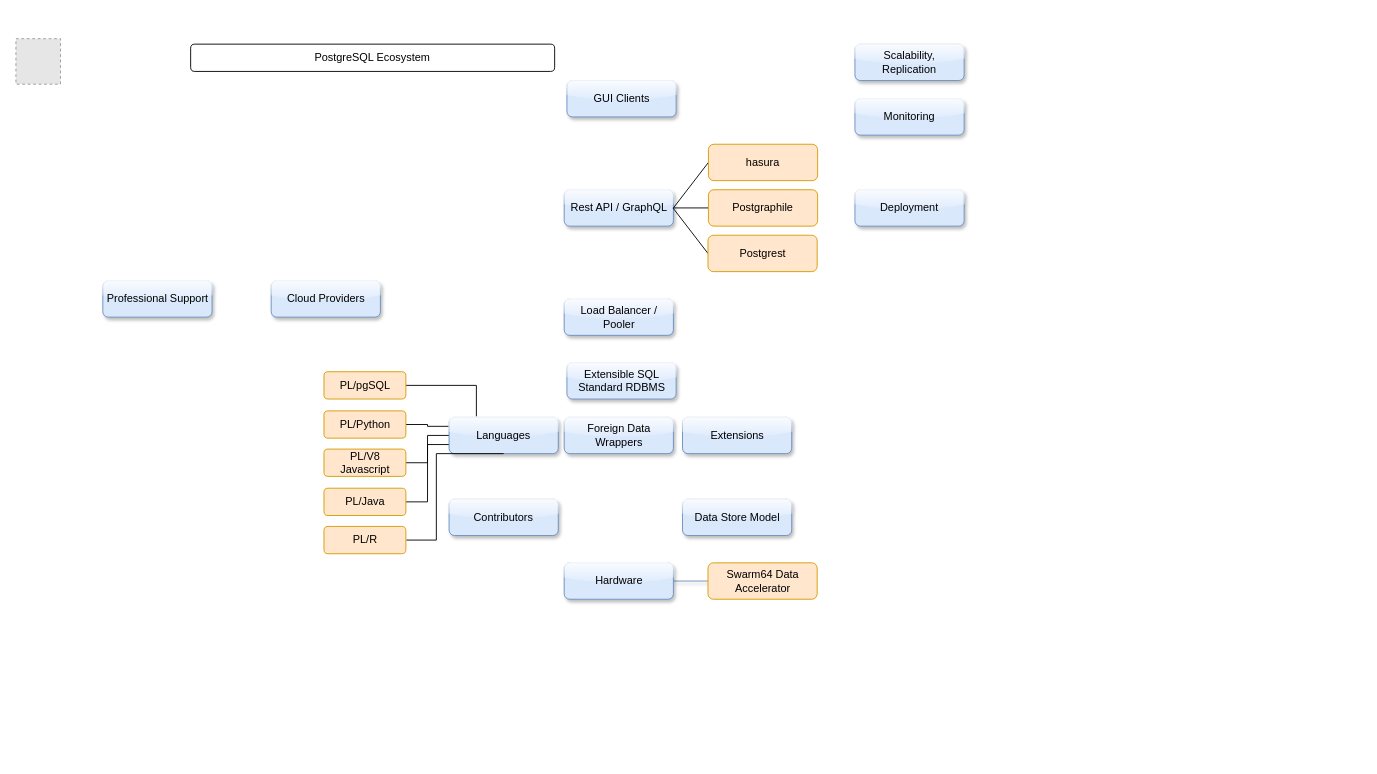
Earlier version of the draw.io diagram postgresql-ecosystem.drawio (EfficiencyGeek/postgresql-ecosystem). Source tidied: cells renumbered, new cells numbered last; positions are measured from the earlier drawing's top-left corner, leaving out a move shared by most shapes. Both pictures are drawn from the tidied source at 91%, with x=0, y=0 at pixel (15, 38). Pictures stored in the file or linked from it are replaced by grey dashed boxes.
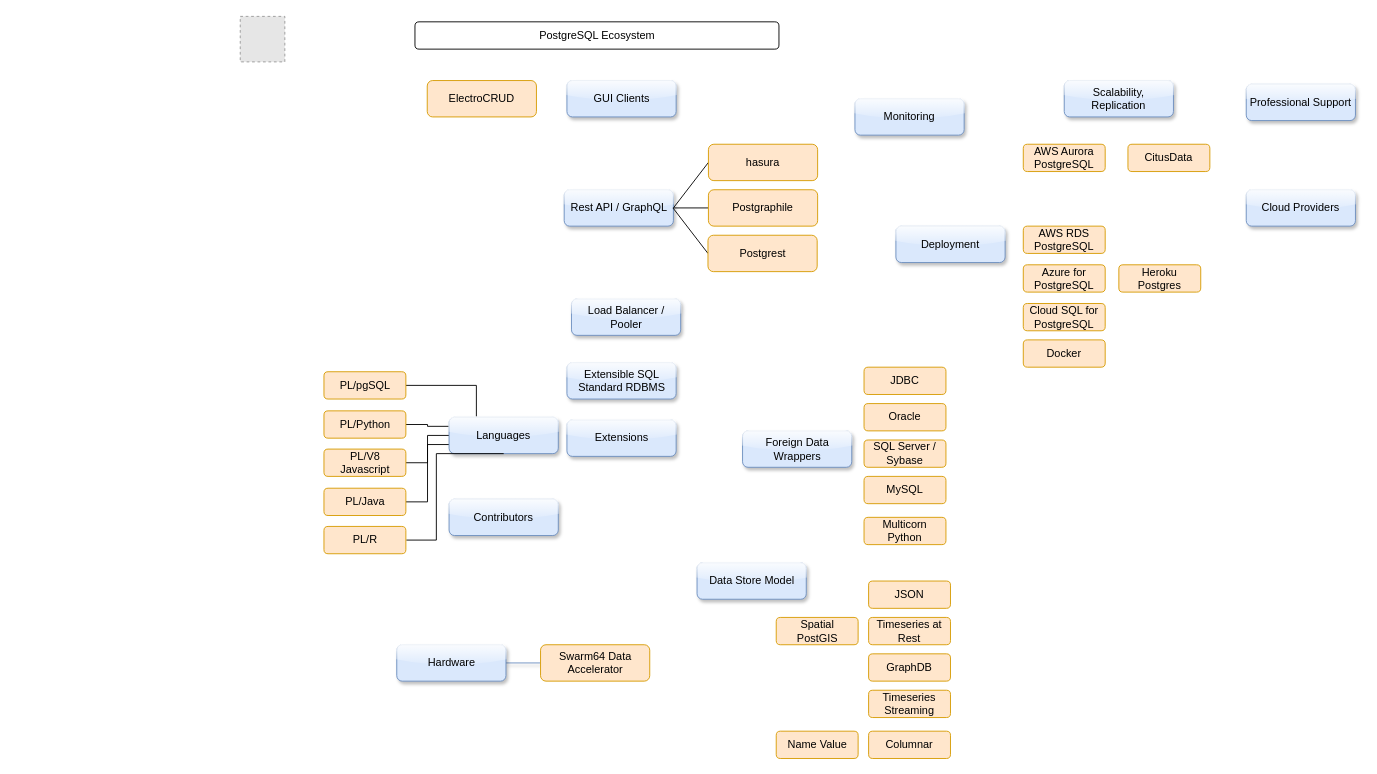
Above is the later version.

Commit message:
Added FDWs, Data Store Models, Deployment

Diff of the diagram source:
```diff
@@
     <mxCell id="7" value="Foreign Data Wrappers" style="rounded=1;whiteSpace=wrap;html=1;shadow=1;strokeColor=#6c8ebf;fillColor=#dae8fc;glass=1;" parent="1" vertex="1">
-      <mxGeometry x="602.5" y="416" width="120" height="40" as="geometry" />
+      <mxGeometry x="798.5" y="431" width="120" height="40" as="geometry" />
     </mxCell>
     <mxCell id="8" value="Extensions" style="rounded=1;whiteSpace=wrap;html=1;shadow=1;strokeColor=#6c8ebf;fillColor=#dae8fc;glass=1;" parent="1" vertex="1">
-      <mxGeometry x="732.5" y="416" width="120" height="40" as="geometry" />
+      <mxGeometry x="605.5" y="419" width="120" height="40" as="geometry" />
     </mxCell>
     <mxCell id="9" value="Data Store Model" style="rounded=1;whiteSpace=wrap;html=1;shadow=1;strokeColor=#6c8ebf;fillColor=#dae8fc;glass=1;" parent="1" vertex="1">
-      <mxGeometry x="732.5" y="506" width="120" height="40" as="geometry" />
+      <mxGeometry x="748.5" y="576" width="120" height="40" as="geometry" />
     </mxCell>
     <mxCell id="10" value="Deployment" style="rounded=1;whiteSpace=wrap;html=1;shadow=1;strokeColor=#6c8ebf;fillColor=#dae8fc;glass=1;" parent="1" vertex="1">
-      <mxGeometry x="922" y="166" width="120" height="40" as="geometry" />
+      <mxGeometry x="967" y="206" width="120" height="40" as="geometry" />
     </mxCell>
     <mxCell id="11" value="Load Balancer / Pooler" style="rounded=1;whiteSpace=wrap;html=1;shadow=1;strokeColor=#6c8ebf;fillColor=#dae8fc;glass=1;" parent="1" vertex="1">
-      <mxGeometry x="602.5" y="286" width="120" height="40" as="geometry" />
+      <mxGeometry x="610.5" y="286" width="120" height="40" as="geometry" />
     </mxCell>
     <mxCell id="12" value="Scalability, Replication" style="rounded=1;whiteSpace=wrap;html=1;shadow=1;strokeColor=#6c8ebf;fillColor=#dae8fc;glass=1;" parent="1" vertex="1">
-      <mxGeometry x="922" y="6" width="120" height="40" as="geometry" />
+      <mxGeometry x="1152" y="46" width="120" height="40" as="geometry" />
     </mxCell>
@@
     <mxCell id="18" value="Professional Support" style="rounded=1;whiteSpace=wrap;html=1;shadow=1;strokeColor=#6c8ebf;fillColor=#dae8fc;glass=1;" parent="1" vertex="1">
-      <mxGeometry x="95.5" y="266" width="120" height="40" as="geometry" />
+      <mxGeometry x="1352" y="50" width="120" height="40" as="geometry" />
     </mxCell>
     <mxCell id="19" value="Cloud Providers" style="rounded=1;whiteSpace=wrap;html=1;shadow=1;strokeColor=#6c8ebf;fillColor=#dae8fc;glass=1;" parent="1" vertex="1">
-      <mxGeometry x="280.5" y="266" width="120" height="40" as="geometry" />
+      <mxGeometry x="1352" y="166" width="120" height="40" as="geometry" />
     </mxCell>
@@
     <mxCell id="22" value="Hardware" style="rounded=1;whiteSpace=wrap;html=1;shadow=1;strokeColor=#6c8ebf;fillColor=#dae8fc;glass=1;" parent="1" vertex="1">
-      <mxGeometry x="602.5" y="576" width="120" height="40" as="geometry" />
+      <mxGeometry x="418.5" y="666" width="120" height="40" as="geometry" />
     </mxCell>
@@
     <mxCell id="28" value="Swarm64 Data Accelerator" style="rounded=1;whiteSpace=wrap;html=1;fillColor=#ffe6cc;strokeColor=#d79b00;" parent="1" vertex="1">
-      <mxGeometry x="760.5" y="576" width="120" height="40" as="geometry" />
+      <mxGeometry x="576.5" y="666" width="120" height="40" as="geometry" />
     </mxCell>
     <mxCell id="29" value="PostgreSQL Ecosystem" style="rounded=1;whiteSpace=wrap;html=1;" parent="1" vertex="1">
-      <mxGeometry x="192" y="6" width="400" height="30" as="geometry" />
+      <mxGeometry x="438.5" y="-18.5" width="400" height="30" as="geometry" />
     </mxCell>
     <mxCell id="30" style="fillColor=#E6E6E6;strokeColor=#999999;dashed=1;verticalLabelPosition=bottom;labelBackgroundColor=#ffffff;verticalAlign=top;" parent="1" vertex="1">
-      <mxGeometry width="49" height="50" as="geometry" />
+      <mxGeometry x="246.5" y="-24.5" width="49" height="50" as="geometry" />
     </mxCell>
@@
+    <mxCell id="37" value="JDBC" style="rounded=1;whiteSpace=wrap;html=1;fillColor=#ffe6cc;strokeColor=#d79b00;flipV=1;flipH=1;" parent="1" vertex="1">
+      <mxGeometry x="932" y="361" width="90" height="30" as="geometry" />
+    </mxCell>
+    <mxCell id="38" value="Oracle" style="rounded=1;whiteSpace=wrap;html=1;fillColor=#ffe6cc;strokeColor=#d79b00;flipV=1;flipH=1;" parent="1" vertex="1">
+      <mxGeometry x="932" y="401" width="90" height="30" as="geometry" />
+    </mxCell>
+    <mxCell id="39" value="SQL Server / Sybase" style="rounded=1;whiteSpace=wrap;html=1;fillColor=#ffe6cc;strokeColor=#d79b00;flipV=1;flipH=1;" parent="1" vertex="1">
+      <mxGeometry x="932" y="441" width="90" height="30" as="geometry" />
+    </mxCell>
+    <mxCell id="40" value="MySQL" style="rounded=1;whiteSpace=wrap;html=1;fillColor=#ffe6cc;strokeColor=#d79b00;flipV=1;flipH=1;" parent="1" vertex="1">
+      <mxGeometry x="932" y="481" width="90" height="30" as="geometry" />
+    </mxCell>
+    <mxCell id="41" value="Multicorn Python" style="rounded=1;whiteSpace=wrap;html=1;fillColor=#ffe6cc;strokeColor=#d79b00;flipV=1;flipH=1;" parent="1" vertex="1">
+      <mxGeometry x="932" y="526" width="90" height="30" as="geometry" />
+    </mxCell>
+    <mxCell id="42" value="JSON" style="rounded=1;whiteSpace=wrap;html=1;fillColor=#ffe6cc;strokeColor=#d79b00;flipV=1;flipH=1;" parent="1" vertex="1">
+      <mxGeometry x="937" y="596" width="90" height="30" as="geometry" />
+    </mxCell>
+    <mxCell id="43" value="Timeseries at Rest" style="rounded=1;whiteSpace=wrap;html=1;fillColor=#ffe6cc;strokeColor=#d79b00;flipV=1;flipH=1;" parent="1" vertex="1">
+      <mxGeometry x="937" y="636" width="90" height="30" as="geometry" />
+    </mxCell>
+    <mxCell id="44" value="GraphDB" style="rounded=1;whiteSpace=wrap;html=1;fillColor=#ffe6cc;strokeColor=#d79b00;flipV=1;flipH=1;" parent="1" vertex="1">
+      <mxGeometry x="937" y="676" width="90" height="30" as="geometry" />
+    </mxCell>
+    <mxCell id="45" value="Timeseries Streaming" style="rounded=1;whiteSpace=wrap;html=1;fillColor=#ffe6cc;strokeColor=#d79b00;flipV=1;flipH=1;" parent="1" vertex="1">
+      <mxGeometry x="937" y="716" width="90" height="30" as="geometry" />
+    </mxCell>
+    <mxCell id="46" value="Columnar" style="rounded=1;whiteSpace=wrap;html=1;fillColor=#ffe6cc;strokeColor=#d79b00;flipV=1;flipH=1;" parent="1" vertex="1">
+      <mxGeometry x="937" y="761" width="90" height="30" as="geometry" />
+    </mxCell>
+    <mxCell id="47" value="Spatial &lt;br&gt;PostGIS" style="rounded=1;whiteSpace=wrap;html=1;fillColor=#ffe6cc;strokeColor=#d79b00;flipV=1;flipH=1;" parent="1" vertex="1">
+      <mxGeometry x="835.5" y="636" width="90" height="30" as="geometry" />
+    </mxCell>
+    <mxCell id="48" value="CitusData" style="rounded=1;whiteSpace=wrap;html=1;fillColor=#ffe6cc;strokeColor=#d79b00;flipV=1;flipH=1;" parent="1" vertex="1">
+      <mxGeometry x="1222" y="116" width="90" height="30" as="geometry" />
+    </mxCell>
+    <mxCell id="49" value="AWS Aurora PostgreSQL" style="rounded=1;whiteSpace=wrap;html=1;fillColor=#ffe6cc;strokeColor=#d79b00;flipV=1;flipH=1;" parent="1" vertex="1">
+      <mxGeometry x="1107" y="116" width="90" height="30" as="geometry" />
+    </mxCell>
+    <mxCell id="50" value="Name Value" style="rounded=1;whiteSpace=wrap;html=1;fillColor=#ffe6cc;strokeColor=#d79b00;flipV=1;flipH=1;" parent="1" vertex="1">
+      <mxGeometry x="835.5" y="761" width="90" height="30" as="geometry" />
+    </mxCell>
+    <mxCell id="51" value="AWS RDS PostgreSQL" style="rounded=1;whiteSpace=wrap;html=1;fillColor=#ffe6cc;strokeColor=#d79b00;flipV=1;flipH=1;" parent="1" vertex="1">
+      <mxGeometry x="1107" y="206" width="90" height="30" as="geometry" />
+    </mxCell>
+    <mxCell id="52" value="Azure for PostgreSQL" style="rounded=1;whiteSpace=wrap;html=1;fillColor=#ffe6cc;strokeColor=#d79b00;flipV=1;flipH=1;" parent="1" vertex="1">
+      <mxGeometry x="1107" y="248.5" width="90" height="30" as="geometry" />
+    </mxCell>
+    <mxCell id="53" value="Cloud SQL for PostgreSQL" style="rounded=1;whiteSpace=wrap;html=1;fillColor=#ffe6cc;strokeColor=#d79b00;flipV=1;flipH=1;" parent="1" vertex="1">
+      <mxGeometry x="1107" y="291" width="90" height="30" as="geometry" />
+    </mxCell>
+    <mxCell id="54" value="Docker" style="rounded=1;whiteSpace=wrap;html=1;fillColor=#ffe6cc;strokeColor=#d79b00;flipV=1;flipH=1;" parent="1" vertex="1">
+      <mxGeometry x="1107" y="331" width="90" height="30" as="geometry" />
+    </mxCell>
+    <mxCell id="55" value="ElectroCRUD" style="rounded=1;whiteSpace=wrap;html=1;fillColor=#ffe6cc;strokeColor=#d79b00;" parent="1" vertex="1">
+      <mxGeometry x="452" y="46" width="120" height="40" as="geometry" />
+    </mxCell>
+    <mxCell id="56" value="Heroku Postgres" style="rounded=1;whiteSpace=wrap;html=1;fillColor=#ffe6cc;strokeColor=#d79b00;flipV=1;flipH=1;" parent="1" vertex="1">
+      <mxGeometry x="1212" y="248.5" width="90" height="30" as="geometry" />
+    </mxCell>
```
